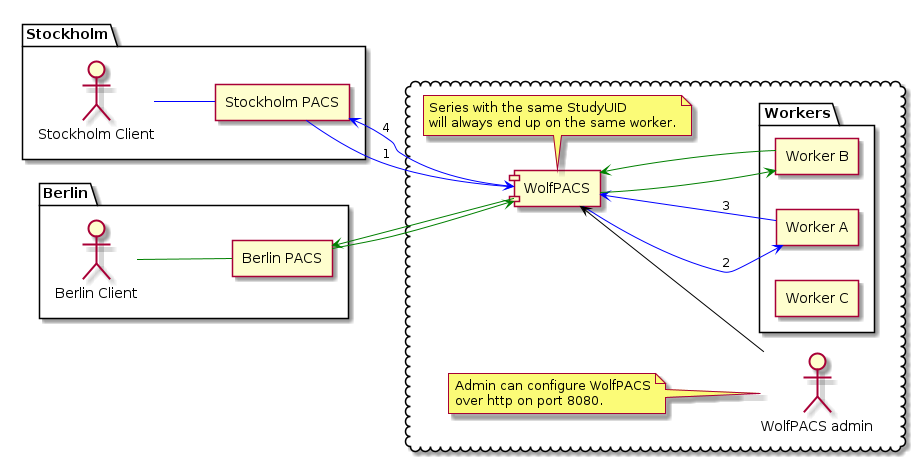
This is priv/dream1.png from wolfpacs/wolfpacs, a PlantUML export, as it was before one commit.
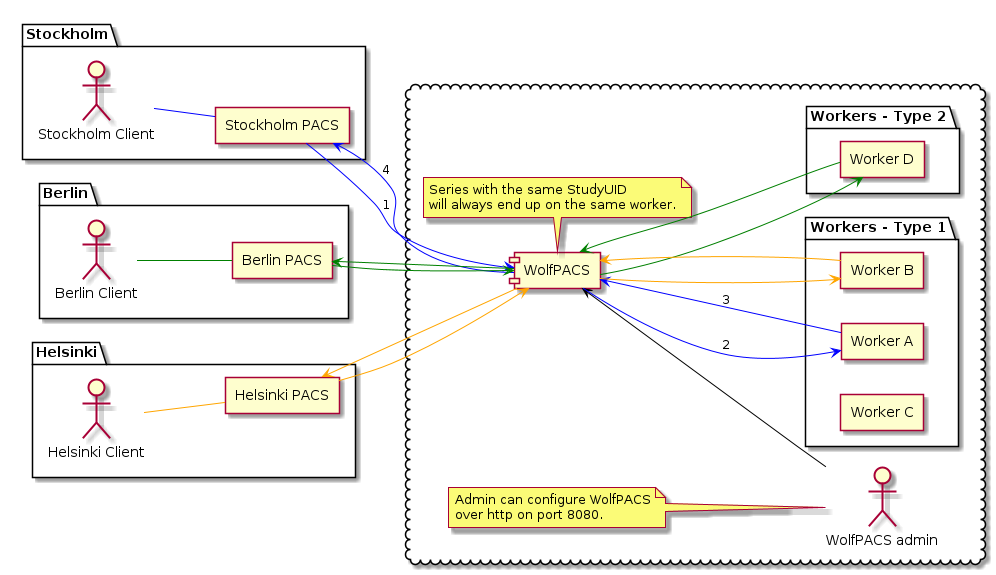
Later version of the same file.

Commit message:
dream1: Add two types of workers and Helsinki

What changed in the source:
```diff
@@ -12,14 +12,23 @@
 agent "Berlin PACS" as B_PACS
 }
 
+package Helsinki {
+actor "Helsinki Client" as H_CLIENT
+agent "Helsinki PACS" as H_PACS
+}
+
 cloud {
 
 component "WolfPACS" as WP
 
-package Workers {
+package "Workers - Type 1" {
 	agent "Worker A" as WA
 	agent "Worker B" as WB
 	agent "Worker C" as WC
+}
+
+package "Workers - Type 2"{
+	agent "Worker D" as WD
 }
 
 note bottom of WP
@@ -35,6 +44,9 @@
 end note
 }
 
+WP <-[#black]- ADMIN
+
+
 S_CLIENT -[#blue]- S_PACS
 
 S_PACS -[#blue]-> WP : 1
@@ -45,16 +57,28 @@
 
 WP -[#blue]-> S_PACS : 4
 
+
+
 B_CLIENT -[#green]- B_PACS
 
 B_PACS -[#green]-> WP
 
-WP -[#green]-> WB
+WP -[#green]-> WD
 
-WP <-[#green]- WB
+WP <-[#green]- WD
 
 WP -[#green]-> B_PACS
 
-WP <-[#black]- ADMIN
+
+
+H_CLIENT -[#orange]- H_PACS
+
+H_PACS -[#orange]-> WP
+
+WP -[#orange]-> WB
+
+WP <-[#orange]- WB
+
+WP -[#orange]-> H_PACS
 
 @enduml
```
